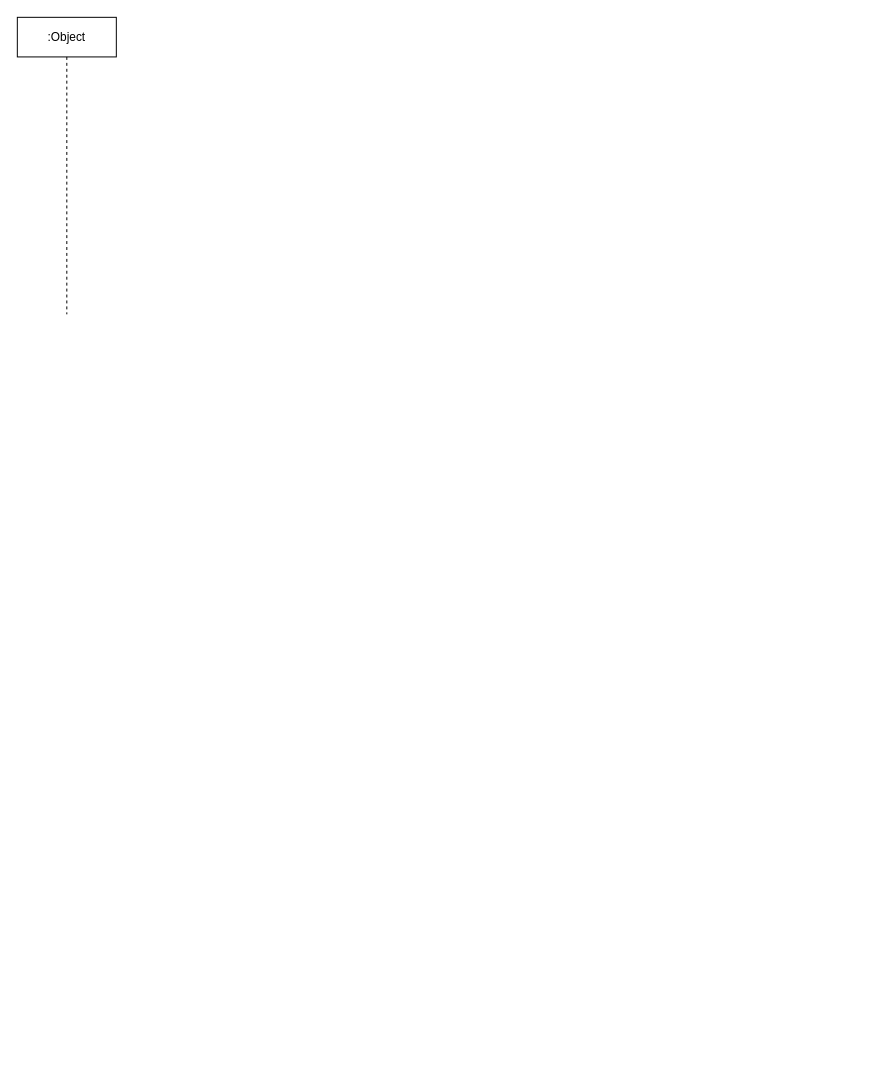
The draw.io diagram Untitled Diagram.drawio in weirjiang/blog.github.io, before the edit. Source tidied: cells renumbered, new cells numbered last; positions are measured from the earlier drawing's top-left corner, leaving out a move shared by most shapes. Both pictures are drawn from the tidied source at 99%, with x=0, y=0 at pixel (17, 17).
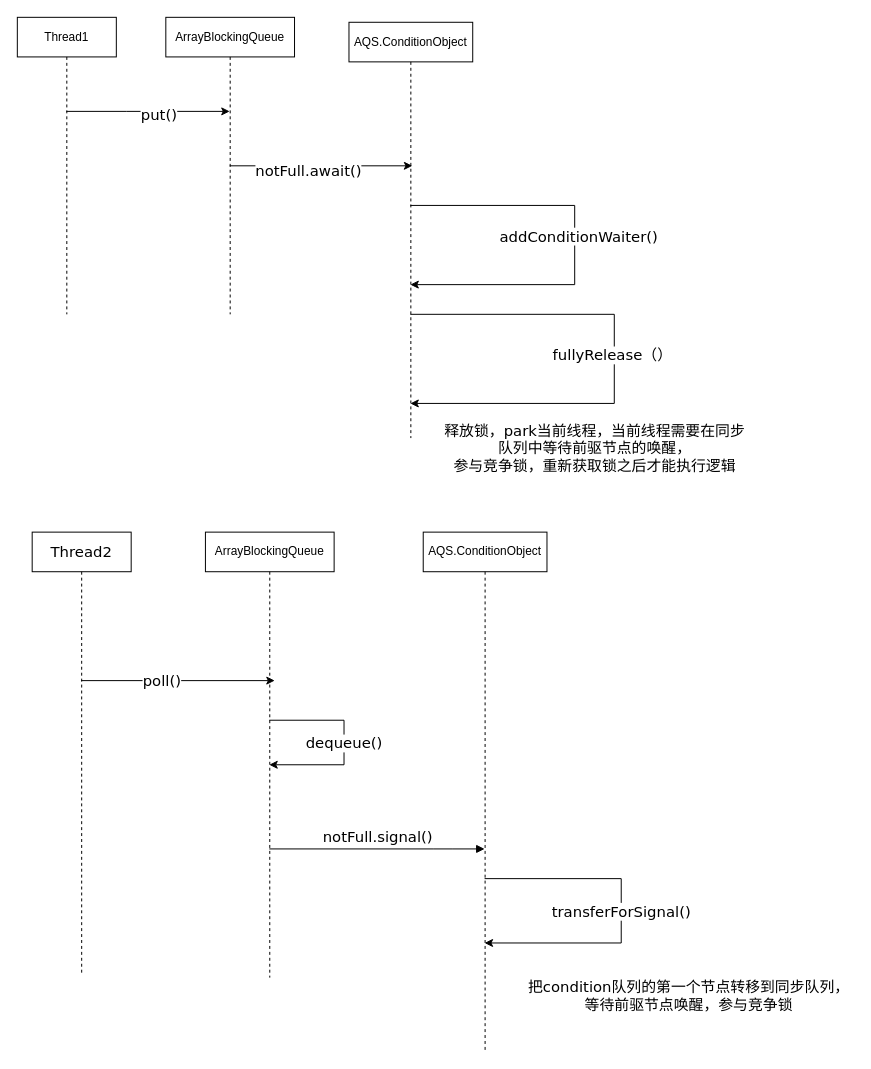
After the change.

Commit message:
AQS CONDITION

What changed in the source:
```diff
@@
+    <mxCell id="3" style="edgeStyle=orthogonalEdgeStyle;rounded=0;jettySize=auto;html=1;" parent="1" edge="1" source="2" target="7">
+      <mxGeometry relative="1" as="geometry">
+        <Array as="points">
+          <mxPoint x="110" y="95" />
+          <mxPoint x="110" y="95" />
+        </Array>
+      </mxGeometry>
+    </mxCell>
+    <mxCell id="4" value="put()" style="edgeLabel;html=1;align=center;verticalAlign=middle;fontFamily=Verdana;fontSize=15;" parent="3" vertex="1">
+      <mxGeometry x="0.13" y="-2" relative="1" as="geometry" />
+    </mxCell>
-    <mxCell id="2" value=":Object" style="shape=umlLifeline;perimeter=lifelinePerimeter;whiteSpace=wrap;html=1;outlineConnect=0;" parent="1" vertex="1">
+    <mxCell id="2" value="Thread1" style="shape=umlLifeline;perimeter=lifelinePerimeter;whiteSpace=wrap;html=1;outlineConnect=0;" parent="1" vertex="1">
       <mxGeometry width="100" height="300" as="geometry" />
     </mxCell>
+    <mxCell id="5" style="edgeStyle=orthogonalEdgeStyle;rounded=0;jettySize=auto;html=1;fontFamily=Verdana;fontSize=15;" parent="1" edge="1" source="7">
+      <mxGeometry relative="1" as="geometry">
+        <mxPoint x="399" y="150" as="targetPoint" />
+      </mxGeometry>
+    </mxCell>
+    <mxCell id="6" value="notFull.await()" style="edgeLabel;html=1;align=center;verticalAlign=middle;fontSize=15;fontFamily=Verdana;" parent="5" vertex="1">
+      <mxGeometry x="-0.15" y="-4" relative="1" as="geometry" />
+    </mxCell>
+    <mxCell id="7" value="ArrayBlockingQueue" style="shape=umlLifeline;perimeter=lifelinePerimeter;whiteSpace=wrap;html=1;outlineConnect=0;" parent="1" vertex="1">
+      <mxGeometry x="150" width="130" height="300" as="geometry" />
+    </mxCell>
+    <mxCell id="8" style="edgeStyle=orthogonalEdgeStyle;rounded=0;orthogonalLoop=1;jettySize=auto;html=1;fontFamily=Verdana;fontSize=15;" parent="1" edge="1" source="12" target="12">
+      <mxGeometry relative="1" as="geometry">
+        <Array as="points">
+          <mxPoint x="563" y="190" />
+          <mxPoint x="563" y="270" />
+        </Array>
+      </mxGeometry>
+    </mxCell>
+    <mxCell id="9" value="addConditionWaiter()" style="edgeLabel;html=1;align=center;verticalAlign=middle;fontSize=15;fontFamily=Verdana;" parent="8" vertex="1">
+      <mxGeometry x="-0.51" y="1" relative="1" as="geometry">
+        <mxPoint x="68" y="31" as="offset" />
+      </mxGeometry>
+    </mxCell>
+    <mxCell id="10" style="edgeStyle=orthogonalEdgeStyle;rounded=0;orthogonalLoop=1;jettySize=auto;html=1;fontFamily=Verdana;fontSize=15;" parent="1" edge="1" source="12" target="12">
+      <mxGeometry relative="1" as="geometry">
+        <Array as="points">
+          <mxPoint x="603" y="300" />
+          <mxPoint x="603" y="390" />
+        </Array>
+      </mxGeometry>
+    </mxCell>
+    <mxCell id="11" value="fullyRelease（）" style="edgeLabel;html=1;align=center;verticalAlign=middle;fontSize=15;fontFamily=Verdana;" parent="10" vertex="1">
+      <mxGeometry x="-0.38" y="-3" relative="1" as="geometry">
+        <mxPoint x="47" y="37" as="offset" />
+      </mxGeometry>
+    </mxCell>
+    <mxCell id="12" value="AQS.ConditionObject" style="shape=umlLifeline;perimeter=lifelinePerimeter;whiteSpace=wrap;html=1;outlineConnect=0;" parent="1" vertex="1">
+      <mxGeometry x="335" y="5" width="125" height="420" as="geometry" />
+    </mxCell>
+    <mxCell id="13" value="释放锁，park当前线程，当前线程需要在同步&lt;br&gt;队列中等待前驱节点的唤醒，&lt;br&gt;参与竞争锁，重新获取锁之后才能执行逻辑" style="text;html=1;align=center;verticalAlign=middle;strokeColor=none;fillColor=none;fontSize=15;fontFamily=Verdana;" parent="1" vertex="1">
+      <mxGeometry x="425" y="405" width="315" height="60" as="geometry" />
+    </mxCell>
+    <mxCell id="14" style="edgeStyle=orthogonalEdgeStyle;rounded=0;jettySize=auto;html=1;fontFamily=Verdana;fontSize=15;" parent="1" edge="1" source="16">
+      <mxGeometry relative="1" as="geometry">
+        <mxPoint x="260" y="670" as="targetPoint" />
+        <Array as="points">
+          <mxPoint x="105" y="670" />
+          <mxPoint x="105" y="670" />
+        </Array>
+      </mxGeometry>
+    </mxCell>
+    <mxCell id="15" value="poll()" style="edgeLabel;html=1;align=center;verticalAlign=middle;fontSize=15;fontFamily=Verdana;" parent="14" vertex="1">
+      <mxGeometry x="-0.17" y="1" relative="1" as="geometry" />
+    </mxCell>
+    <mxCell id="16" value="Thread2" style="shape=umlLifeline;perimeter=lifelinePerimeter;whiteSpace=wrap;html=1;outlineConnect=0;fontFamily=Verdana;fontSize=15;" parent="1" vertex="1">
+      <mxGeometry x="15" y="520" width="100" height="445" as="geometry" />
+    </mxCell>
+    <mxCell id="17" value="dequeue()" style="edgeStyle=orthogonalEdgeStyle;rounded=0;orthogonalLoop=1;jettySize=auto;html=1;fontFamily=Verdana;fontSize=15;" parent="1" edge="1" source="18" target="18">
+      <mxGeometry relative="1" as="geometry">
+        <Array as="points">
+          <mxPoint x="330" y="710" />
+          <mxPoint x="330" y="755" />
+        </Array>
+      </mxGeometry>
+    </mxCell>
+    <mxCell id="18" value="ArrayBlockingQueue" style="shape=umlLifeline;perimeter=lifelinePerimeter;whiteSpace=wrap;html=1;outlineConnect=0;" parent="1" vertex="1">
+      <mxGeometry x="190" y="520" width="130" height="450" as="geometry" />
+    </mxCell>
+    <mxCell id="19" value="transferForSignal()" style="edgeStyle=orthogonalEdgeStyle;rounded=0;orthogonalLoop=1;jettySize=auto;html=1;fontFamily=Verdana;fontSize=15;" parent="1" edge="1" source="20" target="20">
+      <mxGeometry relative="1" as="geometry">
+        <Array as="points">
+          <mxPoint x="610" y="870" />
+          <mxPoint x="610" y="935" />
+        </Array>
+      </mxGeometry>
+    </mxCell>
+    <mxCell id="20" value="AQS.ConditionObject" style="shape=umlLifeline;perimeter=lifelinePerimeter;whiteSpace=wrap;html=1;outlineConnect=0;" parent="1" vertex="1">
+      <mxGeometry x="410" y="520" width="125" height="525" as="geometry" />
+    </mxCell>
+    <mxCell id="21" value="notFull.signal()" style="html=1;verticalAlign=bottom;endArrow=block;fontFamily=Verdana;fontSize=15;" parent="1" edge="1" source="18" target="20">
+      <mxGeometry relative="1" as="geometry">
+        <Array as="points">
+          <mxPoint x="430" y="840" />
+        </Array>
+      </mxGeometry>
+    </mxCell>
+    <mxCell id="22" value="把condition队列的第一个节点转移到同步队列，&lt;br&gt;等待前驱节点唤醒，参与竞争锁" style="text;html=1;align=center;verticalAlign=middle;strokeColor=none;fillColor=none;fontSize=15;fontFamily=Verdana;" parent="1" vertex="1">
+      <mxGeometry x="510" y="965" width="335" height="45" as="geometry" />
+    </mxCell>
```
